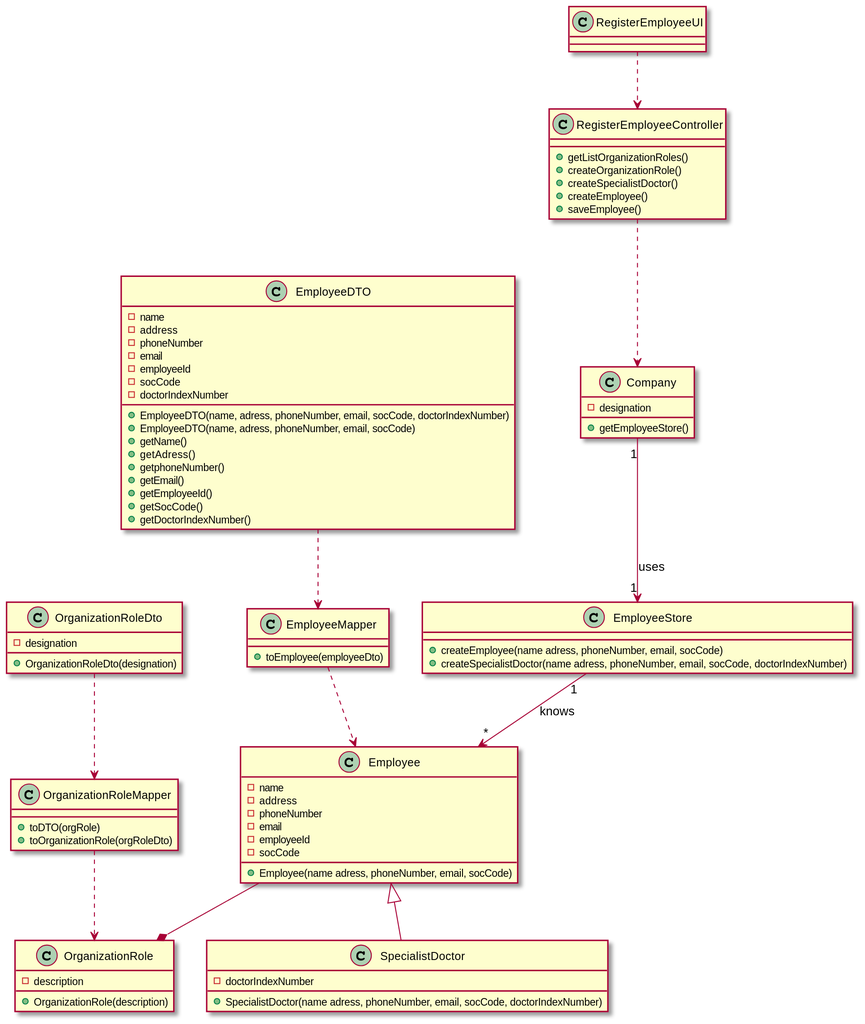
manu-07-ela/LAPR2_ISEP keeps this PlantUML diagram as docs/SprintB/US07/US07-CD.svg. Above is the earlier version.
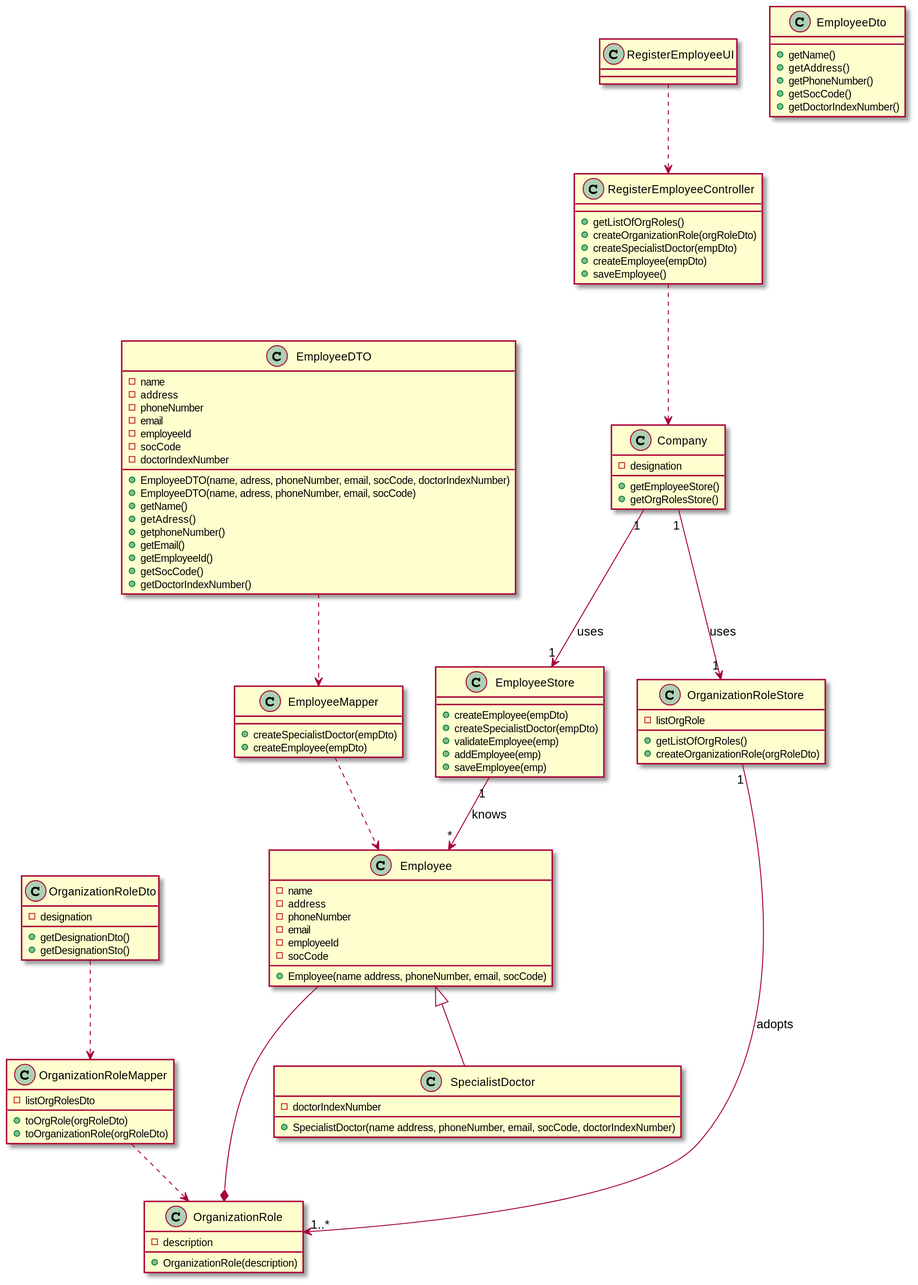
After the commit.

What changed in the source:
```diff
@@ -10,10 +10,15 @@
 class OrganizationRoleMapper
 class EmployeeDTO
 class EmployeeMapper
+class OrganizationRoleStore
+class EmployeeDTO
+class EmployeeMapper
+
 
 class Company{
 -designation
 +getEmployeeStore()
++getOrgRolesStore()
 
 }
 
@@ -24,12 +29,12 @@
 -email
 -employeeId
 -socCode
-+Employee(name adress, phoneNumber, email, socCode)
++Employee(name address, phoneNumber, email, socCode)
 
 }
 class SpecialistDoctor{
 -doctorIndexNumber
-+SpecialistDoctor(name adress, phoneNumber, email, socCode, doctorIndexNumber)
++SpecialistDoctor(name address, phoneNumber, email, socCode, doctorIndexNumber)
 
 }
 
@@ -41,15 +46,18 @@
 
 
 class EmployeeStore{
-+createEmployee(name adress, phoneNumber, email, socCode)
-+createSpecialistDoctor(name adress, phoneNumber, email, socCode, doctorIndexNumber)
++createEmployee(empDto)
++createSpecialistDoctor(empDto)
++validateEmployee(emp)
++addEmployee(emp)
++saveEmployee(emp)
 }
 
 class RegisterEmployeeController{
-+getListOrganizationRoles()
-+createOrganizationRole()
-+createSpecialistDoctor()
-+createEmployee()
++getListOfOrgRoles()
++createOrganizationRole(orgRoleDto)
++createSpecialistDoctor(empDto)
++createEmployee(empDto)
 +saveEmployee()
 
 }
@@ -73,19 +81,43 @@
 }
 
 class EmployeeMapper{
-+toEmployee(employeeDto)
++createSpecialistDoctor(empDto)
++createEmployee(empDto)
+}
+
+
+class EmployeeDto{
++getName()
++getAddress()
++getPhoneNumber()
++getSocCode()
++getDoctorIndexNumber()
 }
 
 class OrganizationRoleMapper{
-+toDTO(orgRole)
-+toOrganizationRole(orgRoleDto)
++toOrgRole(orgRoleDto)
+
 }
 
 class OrganizationRoleDto{
 -designation
-+OrganizationRoleDto(designation)
++getDesignationDto()
+}
+class OrganizationRoleDto{
++getDesignationSto()
+
 }
 
+class OrganizationRoleMapper{
+-listOrgRolesDto
++toOrganizationRole(orgRoleDto)
+}
+
+class OrganizationRoleStore{
+-listOrgRole
++getListOfOrgRoles()
++createOrganizationRole(orgRoleDto)
+}
 EmployeeMapper..>Employee
 EmployeeDTO..>EmployeeMapper
 Company "1"-->"1" EmployeeStore : uses
@@ -94,7 +126,8 @@
 Employee --* OrganizationRole
 RegisterEmployeeUI ..> RegisterEmployeeController
 EmployeeStore "1"-->"*" Employee  : knows
-
+Company "1"-->"1" OrganizationRoleStore : uses
+OrganizationRoleStore "1"---->"1..*" OrganizationRole : adopts
 OrganizationRoleMapper..>OrganizationRole
 OrganizationRoleDto..>OrganizationRoleMapper
 @enduml
```
